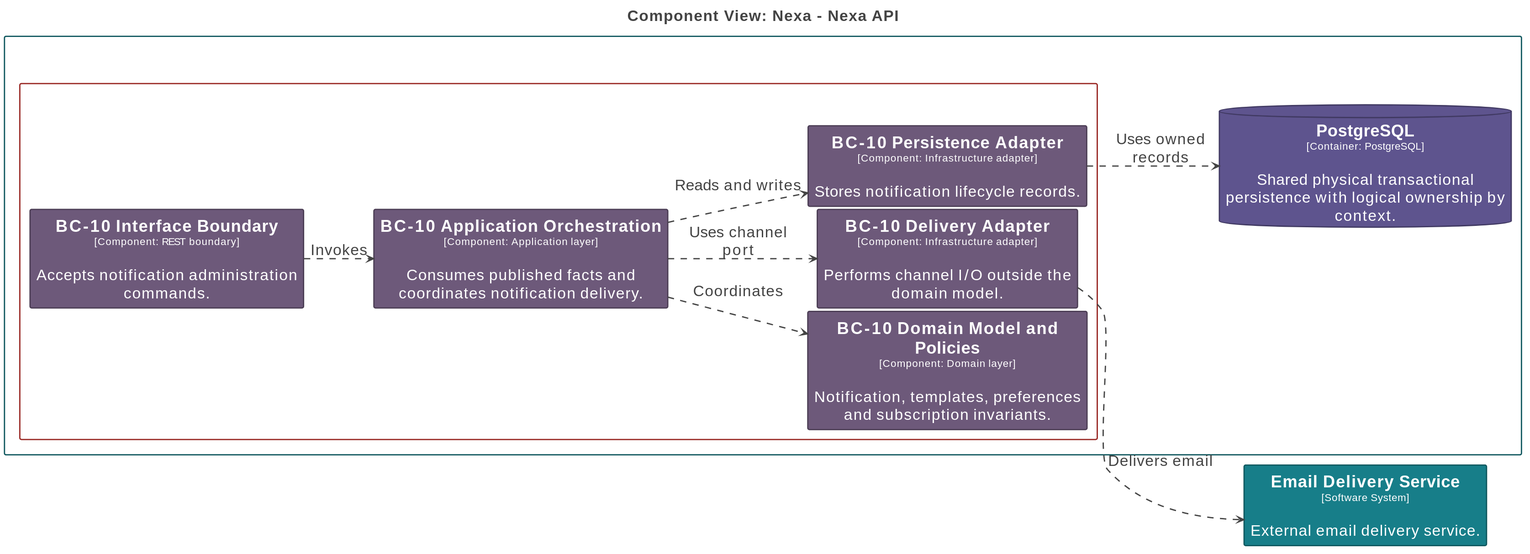
Before: report/assets/chapter-2/c4/Nexa-API-BC-10-Notifications.svg, a diagram exported from PlantUML (nexa-suite/mobile-report). Source of this version:
```plantuml
@startuml
title <size:24>Component View: Nexa - Nexa API</size>

set separator none
left to right direction
skinparam ranksep 20
skinparam nodesep 5
hide stereotype

<style>
  root {
    BackgroundColor: #ffffff;
    FontColor: #444444;
  }
  // Element,Component
  .Element-RWxlbWVudCxDb21wb25lbnQ= {
    BackgroundColor: #6d597a;
    LineColor: #4c3e55;
    LineStyle: 0;
    LineThickness: 2;
    FontColor: #ffffff;
    FontSize: 24;
    HorizontalAlignment: center;
    Shadowing: 0;
    MaximumWidth: 450;
  }
  // Element,Container,Database
  .Element-RWxlbWVudCxDb250YWluZXIsRGF0YWJhc2U= {
    BackgroundColor: #5e548e;
    LineColor: #413a63;
    LineStyle: 0;
    LineThickness: 2;
    FontColor: #ffffff;
    FontSize: 24;
    HorizontalAlignment: center;
    Shadowing: 0;
    MaximumWidth: 450;
  }
  // Element,Software System
  .Element-RWxlbWVudCxTb2Z0d2FyZSBTeXN0ZW0= {
    BackgroundColor: #177e89;
    LineColor: #10585f;
    LineStyle: 0;
    LineThickness: 2;
    FontColor: #ffffff;
    FontSize: 24;
    HorizontalAlignment: center;
    Shadowing: 0;
    MaximumWidth: 450;
  }
  // Relationship
  .Relationship-UmVsYXRpb25zaGlw {
    LineThickness: 2;
    LineStyle: 10-10;
    LineColor: #444444;
    FontColor: #444444;
    FontSize: 24;
    MaximumWidth: 200;
  }
  // Nexa
  .Boundary-TmV4YQ== {
    BackgroundColor: #ffffff;
    LineColor: #10585f;
    LineStyle: 0;
    LineThickness: 2;
    FontColor: #ffffff;
    FontSize: 24;
    HorizontalAlignment: center;
    Shadowing: 0;
  }
  // Nexa API
  .Boundary-TmV4YSBBUEk= {
    BackgroundColor: #ffffff;
    LineColor: #992824;
    LineStyle: 0;
    LineThickness: 2;
    FontColor: #ffffff;
    FontSize: 24;
    HorizontalAlignment: center;
    Shadowing: 0;
  }
</style>

rectangle "==Email Delivery Service\n<size:16>[Software System]</size>\n\nExternal email delivery service." <<Element-RWxlbWVudCxTb2Z0d2FyZSBTeXN0ZW0=>> as EmailDeliveryService

rectangle "Nexa\n<size:16>[Software System]</size>" <<Boundary-TmV4YQ==>> {
  rectangle "Nexa API\n<size:16>[Container: Java 25 / Spring Boot 4.1 / Spring Modulith]</size>" <<Boundary-TmV4YSBBUEk=>> {
    rectangle "==BC-10 Interface Boundary\n<size:16>[Component: REST boundary]</size>\n\nAccepts notification administration commands." <<Element-RWxlbWVudCxDb21wb25lbnQ=>> as Nexa.NexaAPI.BC10InterfaceBoundary
    rectangle "==BC-10 Application Orchestration\n<size:16>[Component: Application layer]</size>\n\nConsumes published facts and coordinates notification delivery." <<Element-RWxlbWVudCxDb21wb25lbnQ=>> as Nexa.NexaAPI.BC10ApplicationOrchestration
    rectangle "==BC-10 Domain Model and Policies\n<size:16>[Component: Domain layer]</size>\n\nNotification, templates, preferences and subscription invariants." <<Element-RWxlbWVudCxDb21wb25lbnQ=>> as Nexa.NexaAPI.BC10DomainModelandPolicies
    rectangle "==BC-10 Persistence Adapter\n<size:16>[Component: Infrastructure adapter]</size>\n\nStores notification lifecycle records." <<Element-RWxlbWVudCxDb21wb25lbnQ=>> as Nexa.NexaAPI.BC10PersistenceAdapter
    rectangle "==BC-10 Delivery Adapter\n<size:16>[Component: Infrastructure adapter]</size>\n\nPerforms channel I/O outside the domain model." <<Element-RWxlbWVudCxDb21wb25lbnQ=>> as Nexa.NexaAPI.BC10DeliveryAdapter
  }

  database "==PostgreSQL\n<size:16>[Container: PostgreSQL]</size>\n\nShared physical transactional persistence with logical ownership by context." <<Element-RWxlbWVudCxDb250YWluZXIsRGF0YWJhc2U=>> as Nexa.PostgreSQL
}

Nexa.NexaAPI.BC10InterfaceBoundary --> Nexa.NexaAPI.BC10ApplicationOrchestration <<Relationship-UmVsYXRpb25zaGlw>> : "Invokes"
Nexa.NexaAPI.BC10ApplicationOrchestration --> Nexa.NexaAPI.BC10DomainModelandPolicies <<Relationship-UmVsYXRpb25zaGlw>> : "Coordinates"
Nexa.NexaAPI.BC10ApplicationOrchestration --> Nexa.NexaAPI.BC10PersistenceAdapter <<Relationship-UmVsYXRpb25zaGlw>> : "Reads and writes"
Nexa.NexaAPI.BC10PersistenceAdapter --> Nexa.PostgreSQL <<Relationship-UmVsYXRpb25zaGlw>> : "Uses owned records"
Nexa.NexaAPI.BC10ApplicationOrchestration --> Nexa.NexaAPI.BC10DeliveryAdapter <<Relationship-UmVsYXRpb25zaGlw>> : "Uses channel port"
Nexa.NexaAPI.BC10DeliveryAdapter --> EmailDeliveryService <<Relationship-UmVsYXRpb25zaGlw>> : "Delivers email"
@enduml
```
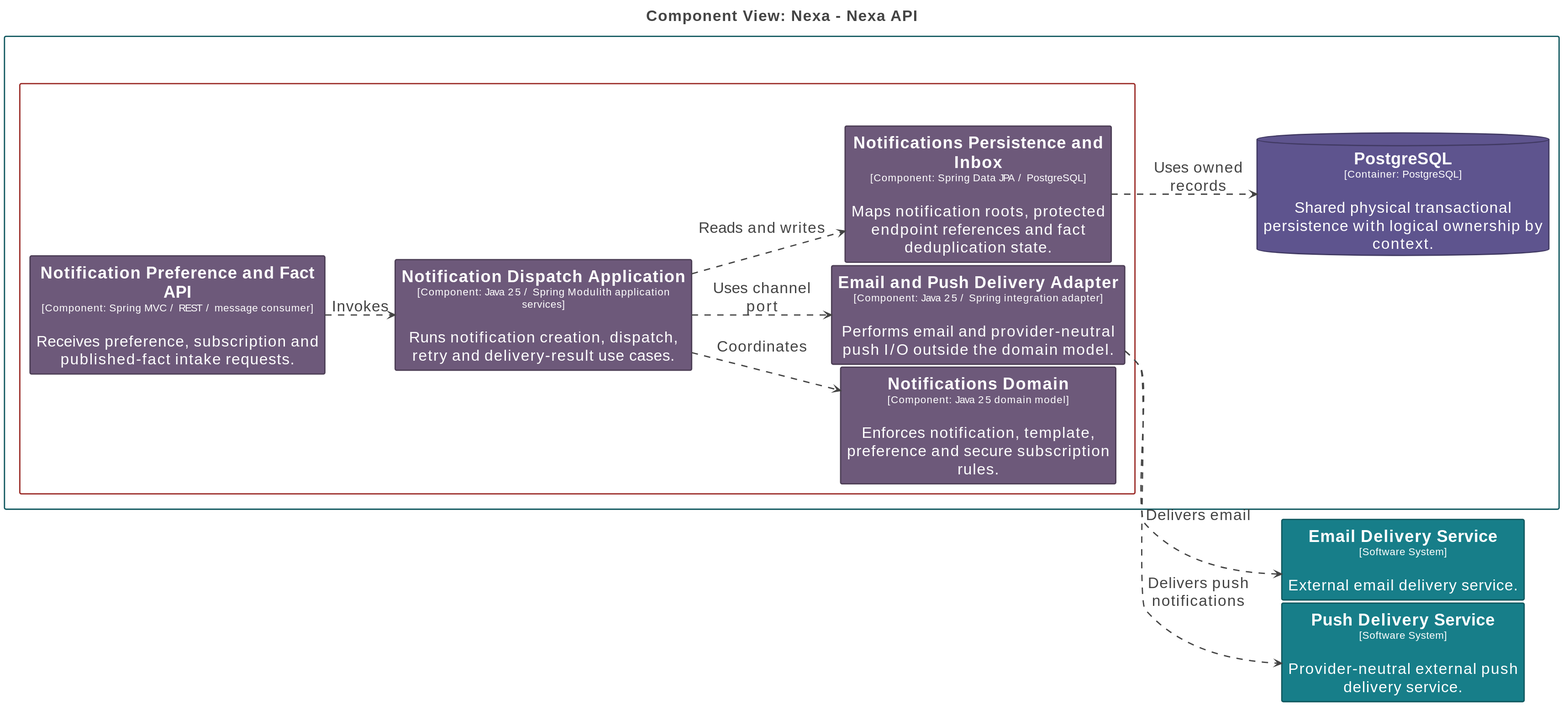
Above is the later version.

The edit, as a diff of the source:
```diff
@@ -82,23 +82,25 @@
 </style>
 
 rectangle "==Email Delivery Service\n<size:16>[Software System]</size>\n\nExternal email delivery service." <<Element-RWxlbWVudCxTb2Z0d2FyZSBTeXN0ZW0=>> as EmailDeliveryService
+rectangle "==Push Delivery Service\n<size:16>[Software System]</size>\n\nProvider-neutral external push delivery service." <<Element-RWxlbWVudCxTb2Z0d2FyZSBTeXN0ZW0=>> as PushDeliveryService
 
 rectangle "Nexa\n<size:16>[Software System]</size>" <<Boundary-TmV4YQ==>> {
   rectangle "Nexa API\n<size:16>[Container: Java 25 / Spring Boot 4.1 / Spring Modulith]</size>" <<Boundary-TmV4YSBBUEk=>> {
-    rectangle "==BC-10 Interface Boundary\n<size:16>[Component: REST boundary]</size>\n\nAccepts notification administration commands." <<Element-RWxlbWVudCxDb21wb25lbnQ=>> as Nexa.NexaAPI.BC10InterfaceBoundary
-    rectangle "==BC-10 Application Orchestration\n<size:16>[Component: Application layer]</size>\n\nConsumes published facts and coordinates notification delivery." <<Element-RWxlbWVudCxDb21wb25lbnQ=>> as Nexa.NexaAPI.BC10ApplicationOrchestration
-    rectangle "==BC-10 Domain Model and Policies\n<size:16>[Component: Domain layer]</size>\n\nNotification, templates, preferences and subscription invariants." <<Element-RWxlbWVudCxDb21wb25lbnQ=>> as Nexa.NexaAPI.BC10DomainModelandPolicies
-    rectangle "==BC-10 Persistence Adapter\n<size:16>[Component: Infrastructure adapter]</size>\n\nStores notification lifecycle records." <<Element-RWxlbWVudCxDb21wb25lbnQ=>> as Nexa.NexaAPI.BC10PersistenceAdapter
-    rectangle "==BC-10 Delivery Adapter\n<size:16>[Component: Infrastructure adapter]</size>\n\nPerforms channel I/O outside the domain model." <<Element-RWxlbWVudCxDb21wb25lbnQ=>> as Nexa.NexaAPI.BC10DeliveryAdapter
+    rectangle "==Notification Preference and Fact API\n<size:16>[Component: Spring MVC / REST / message consumer]</size>\n\nReceives preference, subscription and published-fact intake requests." <<Element-RWxlbWVudCxDb21wb25lbnQ=>> as Nexa.NexaAPI.NotificationPreferenceandFactAPI
+    rectangle "==Notification Dispatch Application\n<size:16>[Component: Java 25 / Spring Modulith application services]</size>\n\nRuns notification creation, dispatch, retry and delivery-result use cases." <<Element-RWxlbWVudCxDb21wb25lbnQ=>> as Nexa.NexaAPI.NotificationDispatchApplication
+    rectangle "==Notifications Domain\n<size:16>[Component: Java 25 domain model]</size>\n\nEnforces notification, template, preference and secure subscription rules." <<Element-RWxlbWVudCxDb21wb25lbnQ=>> as Nexa.NexaAPI.NotificationsDomain
+    rectangle "==Notifications Persistence and Inbox\n<size:16>[Component: Spring Data JPA / PostgreSQL]</size>\n\nMaps notification roots, protected endpoint references and fact deduplication state." <<Element-RWxlbWVudCxDb21wb25lbnQ=>> as Nexa.NexaAPI.NotificationsPersistenceandInbox
+    rectangle "==Email and Push Delivery Adapter\n<size:16>[Component: Java 25 / Spring integration adapter]</size>\n\nPerforms email and provider-neutral push I/O outside the domain model." <<Element-RWxlbWVudCxDb21wb25lbnQ=>> as Nexa.NexaAPI.EmailandPushDeliveryAdapter
   }
 
   database "==PostgreSQL\n<size:16>[Container: PostgreSQL]</size>\n\nShared physical transactional persistence with logical ownership by context." <<Element-RWxlbWVudCxDb250YWluZXIsRGF0YWJhc2U=>> as Nexa.PostgreSQL
 }
 
-Nexa.NexaAPI.BC10InterfaceBoundary --> Nexa.NexaAPI.BC10ApplicationOrchestration <<Relationship-UmVsYXRpb25zaGlw>> : "Invokes"
-Nexa.NexaAPI.BC10ApplicationOrchestration --> Nexa.NexaAPI.BC10DomainModelandPolicies <<Relationship-UmVsYXRpb25zaGlw>> : "Coordinates"
-Nexa.NexaAPI.BC10ApplicationOrchestration --> Nexa.NexaAPI.BC10PersistenceAdapter <<Relationship-UmVsYXRpb25zaGlw>> : "Reads and writes"
-Nexa.NexaAPI.BC10PersistenceAdapter --> Nexa.PostgreSQL <<Relationship-UmVsYXRpb25zaGlw>> : "Uses owned records"
-Nexa.NexaAPI.BC10ApplicationOrchestration --> Nexa.NexaAPI.BC10DeliveryAdapter <<Relationship-UmVsYXRpb25zaGlw>> : "Uses channel port"
-Nexa.NexaAPI.BC10DeliveryAdapter --> EmailDeliveryService <<Relationship-UmVsYXRpb25zaGlw>> : "Delivers email"
+Nexa.NexaAPI.NotificationPreferenceandFactAPI --> Nexa.NexaAPI.NotificationDispatchApplication <<Relationship-UmVsYXRpb25zaGlw>> : "Invokes"
+Nexa.NexaAPI.NotificationDispatchApplication --> Nexa.NexaAPI.NotificationsDomain <<Relationship-UmVsYXRpb25zaGlw>> : "Coordinates"
+Nexa.NexaAPI.NotificationDispatchApplication --> Nexa.NexaAPI.NotificationsPersistenceandInbox <<Relationship-UmVsYXRpb25zaGlw>> : "Reads and writes"
+Nexa.NexaAPI.NotificationsPersistenceandInbox --> Nexa.PostgreSQL <<Relationship-UmVsYXRpb25zaGlw>> : "Uses owned records"
+Nexa.NexaAPI.NotificationDispatchApplication --> Nexa.NexaAPI.EmailandPushDeliveryAdapter <<Relationship-UmVsYXRpb25zaGlw>> : "Uses channel port"
+Nexa.NexaAPI.EmailandPushDeliveryAdapter --> EmailDeliveryService <<Relationship-UmVsYXRpb25zaGlw>> : "Delivers email"
+Nexa.NexaAPI.EmailandPushDeliveryAdapter --> PushDeliveryService <<Relationship-UmVsYXRpb25zaGlw>> : "Delivers push notifications"
 @enduml
```
